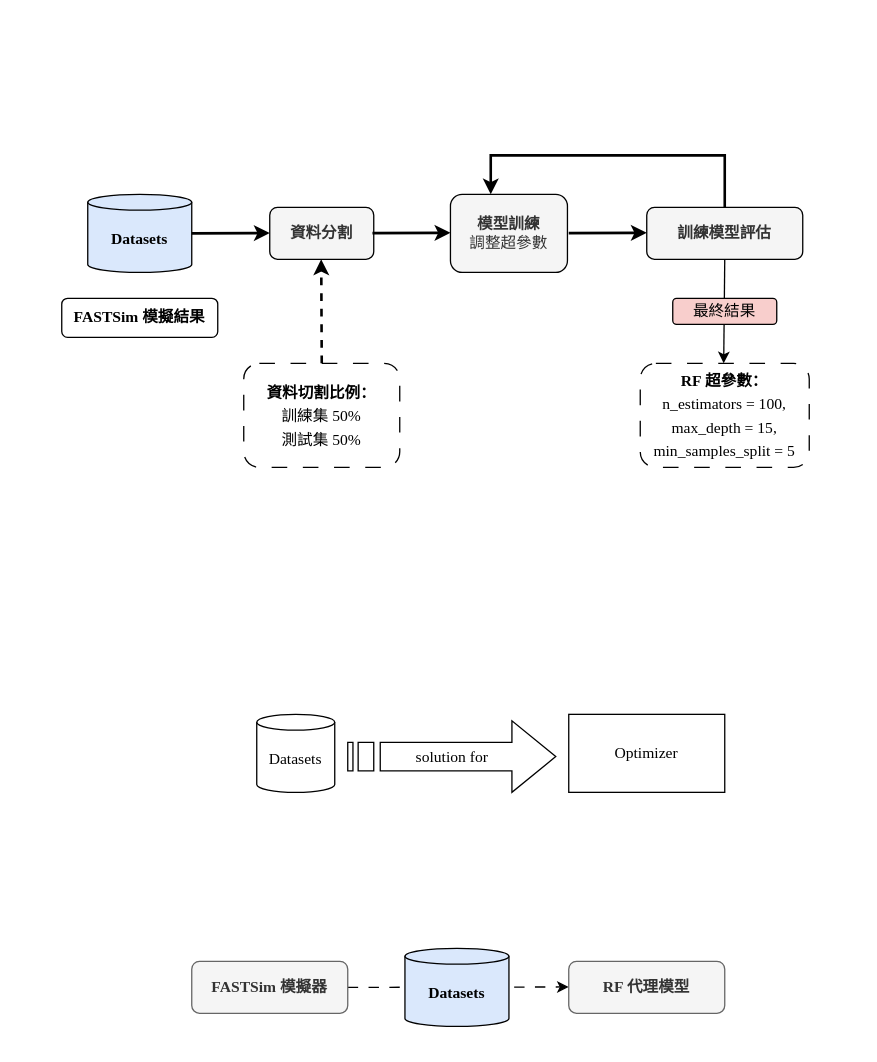
The draw.io diagram page "第 2 页" (2 of 5) of 優化器模擬器互動.drawio in lai20021015/Automobile-energy-consumption-detector, before the edit. Source tidied: cells renumbered, new cells numbered last; positions are measured from the earlier drawing's top-left corner, leaving out a move shared by most shapes. Both pictures are drawn from the tidied source at 130%, with x=0, y=0 at pixel (22, 103).
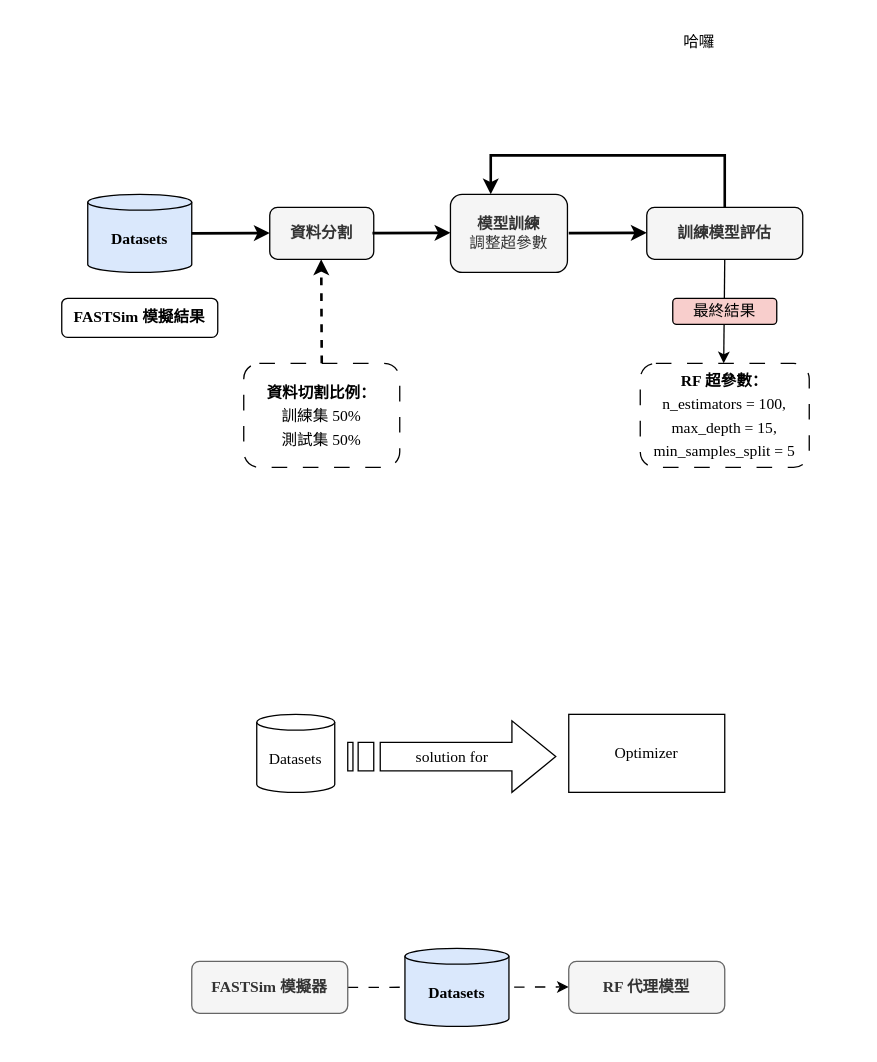
After the change.

Commit message:
更新優化器模擬器互動.drawio

Change to the diagram source:
```diff
@@
+    <mxCell id="25" value="哈囉" style="text;html=1;align=center;verticalAlign=middle;strokeColor=none;fillColor=none;fontFamily=標楷體;" parent="1" vertex="1">
+      <mxGeometry x="495" y="-62" width="50" height="30" as="geometry" />
+    </mxCell>
```
